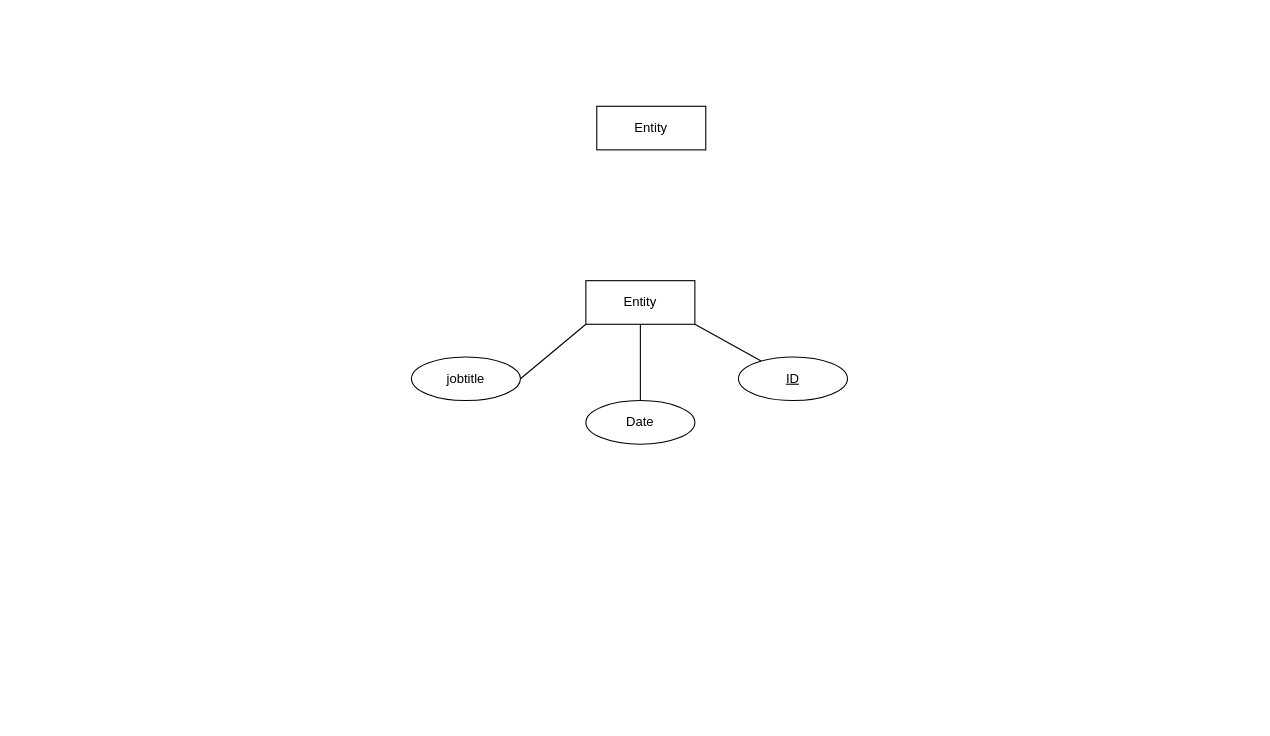
Before: Untitled Diagram.drawio in Krisslk/arudino-controller, a draw.io diagram. Source tidied: cells renumbered, new cells numbered last; positions are measured from the earlier drawing's top-left corner, leaving out a move shared by most shapes. Both pictures are drawn from the tidied source at 109%, with x=0, y=0 at pixel (411, 106).
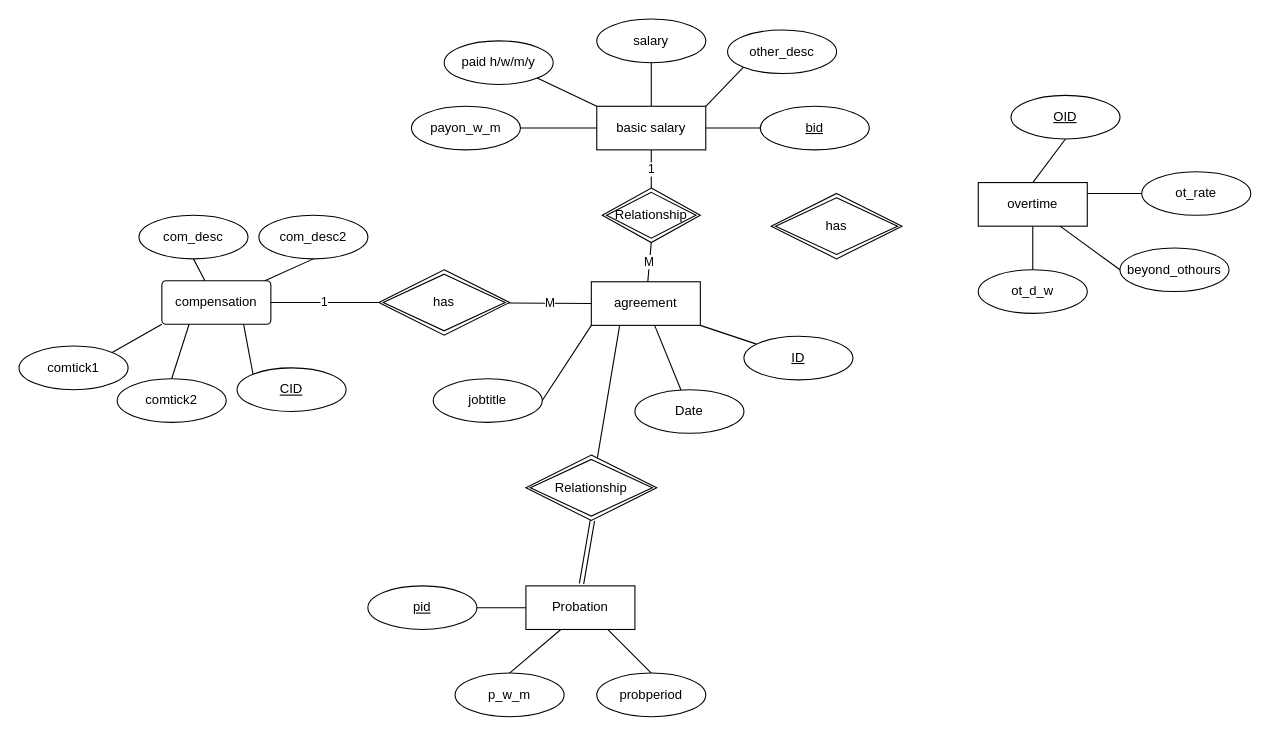
The same page after the edit.

The edit, as a diff of the source:
```diff
@@
+    <mxCell id="10" value="M" style="edgeStyle=none;rounded=0;jettySize=auto;html=1;exitX=0;exitY=0.5;exitDx=0;exitDy=0;endArrow=none;endFill=0;" parent="1" edge="1" source="3" target="26">
+      <mxGeometry relative="1" as="geometry" />
+    </mxCell>
+    <mxCell id="11" style="edgeStyle=none;rounded=0;orthogonalLoop=1;jettySize=auto;html=1;exitX=0.25;exitY=1;exitDx=0;exitDy=0;endArrow=none;endFill=0;" parent="1" edge="1">
+      <mxGeometry relative="1" as="geometry">
+        <mxPoint x="191" y="201" as="sourcePoint" />
+        <mxPoint x="170.6" y="322.3" as="targetPoint" />
+      </mxGeometry>
+    </mxCell>
-    <mxCell id="3" value="Entity" style="whiteSpace=wrap;html=1;align=center;" parent="1" vertex="1">
-      <mxGeometry x="160" y="160" width="100" height="40" as="geometry" />
+    <mxCell id="3" value="agreement" style="whiteSpace=wrap;html=1;align=center;" parent="1" vertex="1">
+      <mxGeometry x="165" y="161" width="100" height="40" as="geometry" />
     </mxCell>
+    <mxCell id="12" value="1" style="edgeStyle=none;rounded=0;jettySize=auto;html=1;exitX=0.5;exitY=1;exitDx=0;exitDy=0;entryX=0.5;entryY=0;entryDx=0;entryDy=0;endArrow=none;endFill=0;" parent="1" edge="1" source="4" target="39">
+      <mxGeometry relative="1" as="geometry" />
+    </mxCell>
+    <mxCell id="13" style="edgeStyle=none;rounded=0;jettySize=auto;html=1;exitX=0.5;exitY=0;exitDx=0;exitDy=0;entryX=0.5;entryY=1;entryDx=0;entryDy=0;endArrow=none;endFill=0;" parent="1" edge="1" source="4" target="40">
+      <mxGeometry relative="1" as="geometry" />
+    </mxCell>
-    <mxCell id="4" value="Entity" style="whiteSpace=wrap;html=1;align=center;" parent="1" vertex="1">
+    <mxCell id="4" value="basic salary" style="whiteSpace=wrap;html=1;align=center;" parent="1" vertex="1">
       <mxGeometry x="170" width="100" height="40" as="geometry" />
     </mxCell>
-    <mxCell id="5" style="edgeStyle=orthogonalEdgeStyle;rounded=0;jettySize=auto;html=1;endArrow=none;endFill=0;" parent="1" edge="1" source="6" target="3">
+    <mxCell id="5" style="rounded=0;jettySize=auto;html=1;endArrow=none;endFill=0;" parent="1" edge="1" source="6" target="3">
       <mxGeometry relative="1" as="geometry" />
     </mxCell>
     <mxCell id="6" value="Date" style="ellipse;whiteSpace=wrap;html=1;align=center;" parent="1" vertex="1">
-      <mxGeometry x="160" y="270" width="100" height="40" as="geometry" />
+      <mxGeometry x="205" y="260" width="100" height="40" as="geometry" />
     </mxCell>
     <mxCell id="7" value="&lt;u&gt;ID&lt;/u&gt;" style="ellipse;whiteSpace=wrap;html=1;align=center;" parent="1" vertex="1">
-      <mxGeometry x="300" y="230" width="100" height="40" as="geometry" />
+      <mxGeometry x="305" y="211" width="100" height="40" as="geometry" />
     </mxCell>
@@
     <mxCell id="9" value="jobtitle" style="ellipse;whiteSpace=wrap;html=1;align=center;" parent="1" vertex="1">
-      <mxGeometry y="230" width="100" height="40" as="geometry" />
+      <mxGeometry x="20" y="250" width="100" height="40" as="geometry" />
     </mxCell>
+    <mxCell id="14" value="compensation" style="rounded=1;arcSize=10;whiteSpace=wrap;html=1;align=center;" parent="1" vertex="1">
+      <mxGeometry x="-229" y="160" width="100" height="40" as="geometry" />
+    </mxCell>
+    <mxCell id="15" style="edgeStyle=none;rounded=0;jettySize=auto;html=1;exitX=0.5;exitY=1;exitDx=0;exitDy=0;endArrow=none;endFill=0;" parent="1" edge="1" source="16" target="14">
+      <mxGeometry relative="1" as="geometry" />
+    </mxCell>
+    <mxCell id="16" value="com_desc" style="ellipse;whiteSpace=wrap;html=1;align=center;" parent="1" vertex="1">
+      <mxGeometry x="-250" y="100" width="100" height="40" as="geometry" />
+    </mxCell>
+    <mxCell id="17" style="edgeStyle=none;rounded=0;jettySize=auto;html=1;exitX=0.5;exitY=1;exitDx=0;exitDy=0;endArrow=none;endFill=0;" parent="1" edge="1" source="18" target="14">
+      <mxGeometry relative="1" as="geometry" />
+    </mxCell>
+    <mxCell id="18" value="com_desc2" style="ellipse;whiteSpace=wrap;html=1;align=center;" parent="1" vertex="1">
+      <mxGeometry x="-140" y="100" width="100" height="40" as="geometry" />
+    </mxCell>
+    <mxCell id="19" style="edgeStyle=none;rounded=0;jettySize=auto;html=1;exitX=0;exitY=0;exitDx=0;exitDy=0;entryX=0.75;entryY=1;entryDx=0;entryDy=0;endArrow=none;endFill=0;" parent="1" edge="1" source="20" target="14">
+      <mxGeometry relative="1" as="geometry" />
+    </mxCell>
+    <mxCell id="20" value="&lt;u&gt;CID&lt;/u&gt;" style="ellipse;whiteSpace=wrap;html=1;align=center;" parent="1" vertex="1">
+      <mxGeometry x="-160" y="240" width="100" height="40" as="geometry" />
+    </mxCell>
+    <mxCell id="21" style="edgeStyle=none;rounded=0;jettySize=auto;html=1;exitX=0.5;exitY=0;exitDx=0;exitDy=0;endArrow=none;endFill=0;entryX=0.25;entryY=1;entryDx=0;entryDy=0;" parent="1" edge="1" source="22" target="14">
+      <mxGeometry relative="1" as="geometry" />
+    </mxCell>
+    <mxCell id="22" value="comtick2" style="ellipse;whiteSpace=wrap;html=1;align=center;" parent="1" vertex="1">
+      <mxGeometry x="-270" y="250" width="100" height="40" as="geometry" />
+    </mxCell>
+    <mxCell id="23" style="edgeStyle=none;rounded=0;jettySize=auto;html=1;exitX=1;exitY=0;exitDx=0;exitDy=0;entryX=0;entryY=1;entryDx=0;entryDy=0;endArrow=none;endFill=0;" parent="1" edge="1" source="24" target="14">
+      <mxGeometry relative="1" as="geometry" />
+    </mxCell>
+    <mxCell id="24" value="comtick1" style="ellipse;whiteSpace=wrap;html=1;align=center;" parent="1" vertex="1">
+      <mxGeometry x="-360" y="220" width="100" height="40" as="geometry" />
+    </mxCell>
+    <mxCell id="25" value="1" style="edgeStyle=none;rounded=0;jettySize=auto;html=1;exitX=0;exitY=0.5;exitDx=0;exitDy=0;entryX=1;entryY=0.5;entryDx=0;entryDy=0;endArrow=none;endFill=0;" parent="1" edge="1" source="26" target="14">
+      <mxGeometry relative="1" as="geometry" />
+    </mxCell>
+    <mxCell id="26" value="has" style="shape=rhombus;double=1;perimeter=rhombusPerimeter;whiteSpace=wrap;html=1;align=center;" parent="1" vertex="1">
+      <mxGeometry x="-30" y="150" width="120" height="60" as="geometry" />
+    </mxCell>
+    <mxCell id="27" value="Probation" style="whiteSpace=wrap;html=1;align=center;" parent="1" vertex="1">
+      <mxGeometry x="105" y="440" width="100" height="40" as="geometry" />
+    </mxCell>
+    <mxCell id="28" style="edgeStyle=none;rounded=0;orthogonalLoop=1;jettySize=auto;html=1;exitX=0.5;exitY=1;exitDx=0;exitDy=0;endArrow=none;endFill=0;shape=link;" parent="1" edge="1">
+      <mxGeometry relative="1" as="geometry">
+        <mxPoint x="166" y="380" as="sourcePoint" />
+        <mxPoint x="156" y="438" as="targetPoint" />
+      </mxGeometry>
+    </mxCell>
+    <mxCell id="29" value="Relationship" style="shape=rhombus;double=1;perimeter=rhombusPerimeter;whiteSpace=wrap;html=1;align=center;" parent="1" vertex="1">
+      <mxGeometry x="105" y="320" width="120" height="60" as="geometry" />
+    </mxCell>
+    <mxCell id="30" style="edgeStyle=none;rounded=0;jettySize=auto;html=1;exitX=1;exitY=0.5;exitDx=0;exitDy=0;entryX=0;entryY=0.5;entryDx=0;entryDy=0;endArrow=none;endFill=0;" parent="1" edge="1" source="31" target="27">
+      <mxGeometry relative="1" as="geometry" />
+    </mxCell>
+    <mxCell id="31" value="&lt;u&gt;pid&lt;/u&gt;" style="ellipse;whiteSpace=wrap;html=1;align=center;" parent="1" vertex="1">
+      <mxGeometry x="-40" y="440" width="100" height="40" as="geometry" />
+    </mxCell>
+    <mxCell id="32" style="edgeStyle=none;rounded=0;jettySize=auto;html=1;exitX=0.5;exitY=0;exitDx=0;exitDy=0;entryX=0.32;entryY=1;entryDx=0;entryDy=0;entryPerimeter=0;endArrow=none;endFill=0;" parent="1" edge="1" source="33" target="27">
+      <mxGeometry relative="1" as="geometry" />
+    </mxCell>
+    <mxCell id="33" value="p_w_m" style="ellipse;whiteSpace=wrap;html=1;align=center;" parent="1" vertex="1">
+      <mxGeometry x="40" y="520" width="100" height="40" as="geometry" />
+    </mxCell>
+    <mxCell id="34" style="edgeStyle=none;rounded=0;jettySize=auto;html=1;exitX=0.5;exitY=0;exitDx=0;exitDy=0;entryX=0.75;entryY=1;entryDx=0;entryDy=0;endArrow=none;endFill=0;" parent="1" edge="1" source="35" target="27">
+      <mxGeometry relative="1" as="geometry" />
+    </mxCell>
+    <mxCell id="35" value="probperiod" style="ellipse;whiteSpace=wrap;html=1;align=center;" parent="1" vertex="1">
+      <mxGeometry x="170" y="520" width="100" height="40" as="geometry" />
+    </mxCell>
+    <mxCell id="36" style="edgeStyle=none;rounded=0;jettySize=auto;html=1;exitX=0;exitY=0.5;exitDx=0;exitDy=0;entryX=1;entryY=0.5;entryDx=0;entryDy=0;endArrow=none;endFill=0;" parent="1" edge="1" source="37" target="4">
+      <mxGeometry relative="1" as="geometry" />
+    </mxCell>
+    <mxCell id="37" value="&lt;u&gt;bid&lt;/u&gt;" style="ellipse;whiteSpace=wrap;html=1;align=center;" parent="1" vertex="1">
+      <mxGeometry x="320" width="100" height="40" as="geometry" />
+    </mxCell>
+    <mxCell id="38" value="M" style="edgeStyle=none;rounded=0;jettySize=auto;html=1;exitX=0.5;exitY=1;exitDx=0;exitDy=0;endArrow=none;endFill=0;" parent="1" edge="1" source="39" target="3">
+      <mxGeometry relative="1" as="geometry" />
+    </mxCell>
+    <mxCell id="39" value="Relationship" style="shape=rhombus;double=1;perimeter=rhombusPerimeter;whiteSpace=wrap;html=1;align=center;" parent="1" vertex="1">
+      <mxGeometry x="175" y="75" width="90" height="50" as="geometry" />
+    </mxCell>
+    <mxCell id="40" value="salary" style="ellipse;whiteSpace=wrap;html=1;align=center;" parent="1" vertex="1">
+      <mxGeometry x="170" y="-80" width="100" height="40" as="geometry" />
+    </mxCell>
+    <mxCell id="41" style="edgeStyle=none;rounded=0;jettySize=auto;html=1;exitX=1;exitY=1;exitDx=0;exitDy=0;entryX=0;entryY=0;entryDx=0;entryDy=0;endArrow=none;endFill=0;" parent="1" edge="1" source="42" target="4">
+      <mxGeometry relative="1" as="geometry" />
+    </mxCell>
+    <mxCell id="42" value="paid h/w/m/y" style="ellipse;whiteSpace=wrap;html=1;align=center;" parent="1" vertex="1">
+      <mxGeometry x="30" y="-60" width="100" height="40" as="geometry" />
+    </mxCell>
+    <mxCell id="43" style="edgeStyle=none;rounded=0;jettySize=auto;html=1;exitX=1;exitY=0.5;exitDx=0;exitDy=0;endArrow=none;endFill=0;" parent="1" edge="1" source="44" target="4">
+      <mxGeometry relative="1" as="geometry" />
+    </mxCell>
+    <mxCell id="44" value="payon_w_m" style="ellipse;whiteSpace=wrap;html=1;align=center;" parent="1" vertex="1">
+      <mxGeometry width="100" height="40" as="geometry" />
+    </mxCell>
+    <mxCell id="45" style="edgeStyle=none;rounded=0;jettySize=auto;html=1;exitX=0;exitY=1;exitDx=0;exitDy=0;entryX=1;entryY=0;entryDx=0;entryDy=0;endArrow=none;endFill=0;" parent="1" edge="1" source="46" target="4">
+      <mxGeometry relative="1" as="geometry" />
+    </mxCell>
+    <mxCell id="46" value="other_desc" style="ellipse;whiteSpace=wrap;html=1;align=center;" parent="1" vertex="1">
+      <mxGeometry x="290" y="-70" width="100" height="40" as="geometry" />
+    </mxCell>
+    <mxCell id="47" style="edgeStyle=none;rounded=0;jettySize=auto;html=1;exitX=0.5;exitY=1;exitDx=0;exitDy=0;entryX=0.5;entryY=0;entryDx=0;entryDy=0;endArrow=none;endFill=0;" parent="1" edge="1" source="48" target="55">
+      <mxGeometry relative="1" as="geometry" />
+    </mxCell>
+    <mxCell id="48" value="overtime" style="whiteSpace=wrap;html=1;align=center;" parent="1" vertex="1">
+      <mxGeometry x="520" y="70" width="100" height="40" as="geometry" />
+    </mxCell>
+    <mxCell id="49" style="edgeStyle=none;rounded=0;jettySize=auto;html=1;exitX=0.5;exitY=1;exitDx=0;exitDy=0;entryX=0.5;entryY=0;entryDx=0;entryDy=0;endArrow=none;endFill=0;" parent="1" edge="1" source="50" target="48">
+      <mxGeometry relative="1" as="geometry" />
+    </mxCell>
+    <mxCell id="50" value="&lt;u&gt;OID&lt;/u&gt;" style="ellipse;whiteSpace=wrap;html=1;align=center;" parent="1" vertex="1">
+      <mxGeometry x="550" y="-10" width="100" height="40" as="geometry" />
+    </mxCell>
+    <mxCell id="51" style="edgeStyle=none;rounded=0;jettySize=auto;html=1;exitX=0;exitY=0.5;exitDx=0;exitDy=0;entryX=1;entryY=0.25;entryDx=0;entryDy=0;endArrow=none;endFill=0;" parent="1" edge="1" source="52" target="48">
+      <mxGeometry relative="1" as="geometry" />
+    </mxCell>
+    <mxCell id="52" value="ot_rate" style="ellipse;whiteSpace=wrap;html=1;align=center;" parent="1" vertex="1">
+      <mxGeometry x="670" y="60" width="100" height="40" as="geometry" />
+    </mxCell>
+    <mxCell id="53" style="edgeStyle=none;rounded=0;jettySize=auto;html=1;exitX=0;exitY=0.5;exitDx=0;exitDy=0;entryX=0.75;entryY=1;entryDx=0;entryDy=0;endArrow=none;endFill=0;" parent="1" edge="1" source="54" target="48">
+      <mxGeometry relative="1" as="geometry" />
+    </mxCell>
+    <mxCell id="54" value="beyond_othours" style="ellipse;whiteSpace=wrap;html=1;align=center;" parent="1" vertex="1">
+      <mxGeometry x="650" y="130" width="100" height="40" as="geometry" />
+    </mxCell>
+    <mxCell id="55" value="ot_d_w" style="ellipse;whiteSpace=wrap;html=1;align=center;" parent="1" vertex="1">
+      <mxGeometry x="520" y="150" width="100" height="40" as="geometry" />
+    </mxCell>
+    <mxCell id="56" value="has" style="shape=rhombus;double=1;perimeter=rhombusPerimeter;whiteSpace=wrap;html=1;align=center;" parent="1" vertex="1">
+      <mxGeometry x="330" y="80" width="120" height="60" as="geometry" />
+    </mxCell>
```
